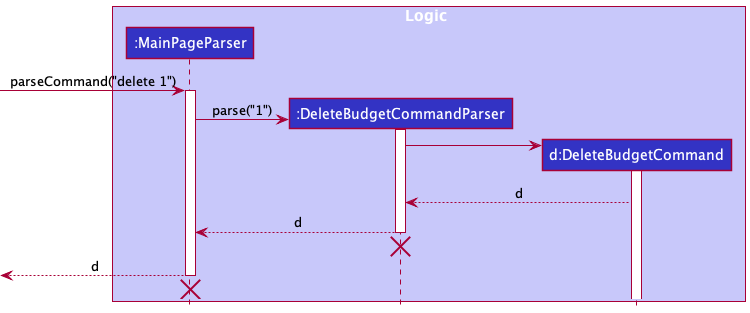
yu-ming-chen/tp keeps this PlantUML diagram as docs/diagrams/ParserSequenceDiagram.png. Above is the earlier version. The source it was exported from:
```plantuml
@startuml
!include style.puml

box Logic LOGIC_COLOR_T1
participant ":MainPageParser" as MainPageParser LOGIC_COLOR
participant ":DeleteBudgetCommandParser" as DeleteBudgetCommandParser LOGIC_COLOR
participant "d:DeleteBudgetCommand" as DeleteBudgetCommand LOGIC_COLOR
end box

[-> MainPageParser : parseCommand("delete 1")
activate MainPageParser
create DeleteBudgetCommandParser
MainPageParser -> DeleteBudgetCommandParser : parse("1")
activate DeleteBudgetCommandParser
create DeleteBudgetCommand
DeleteBudgetCommandParser -> DeleteBudgetCommand
activate DeleteBudgetCommand
DeleteBudgetCommand --> DeleteBudgetCommandParser : d
DeleteBudgetCommandParser --> MainPageParser : d
deactivate DeleteBudgetCommandParser
DeleteBudgetCommandParser -[hidden]-> MainPageParser
destroy DeleteBudgetCommandParser
[<-- MainPageParser : d
deactivate MainPageParser
[<-[hidden]- MainPageParser
destroy MainPageParser
@enduml
```
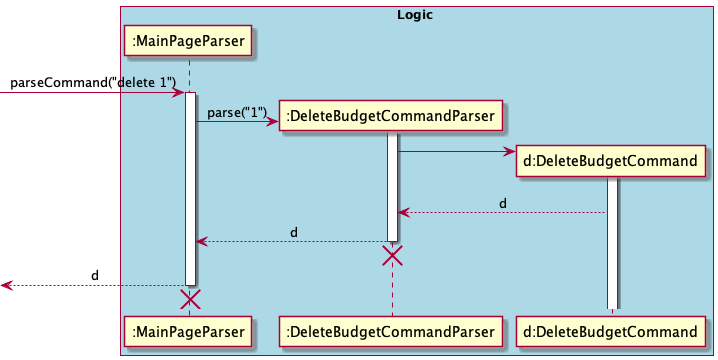
Later version of the same file.

The edit, as a diff of the source:
```diff
@@ -1,10 +1,11 @@
 @startuml
-!include style.puml
-
-box Logic LOGIC_COLOR_T1
-participant ":MainPageParser" as MainPageParser LOGIC_COLOR
-participant ":DeleteBudgetCommandParser" as DeleteBudgetCommandParser LOGIC_COLOR
-participant "d:DeleteBudgetCommand" as DeleteBudgetCommand LOGIC_COLOR
+skinparam Sequence {
+    MessageAlign center
+}
+box Logic #LightBlue
+participant ":MainPageParser" as MainPageParser
+participant ":DeleteBudgetCommandParser" as DeleteBudgetCommandParser
+participant "d:DeleteBudgetCommand" as DeleteBudgetCommand
 end box
 
 [-> MainPageParser : parseCommand("delete 1")
```
